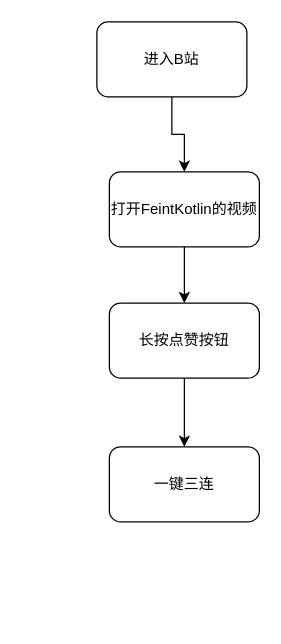
Above: test.drawio in feint123/- (draw.io), before the change. Source tidied: cells renumbered, new cells numbered last; positions are measured from the earlier drawing's top-left corner, leaving out a move shared by most shapes. Both pictures are drawn from the tidied source at 125%, with x=0, y=0 at pixel (96, 21).
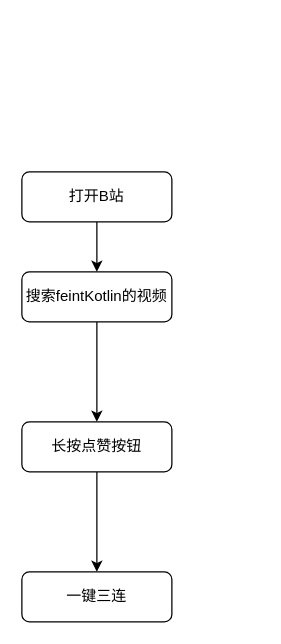
Above is the later version.

The edit, as a diff of the source:
```diff
@@
 <mxGraphModel>
   <root>
     <mxCell id="0" />
     <mxCell id="1" parent="0" />
-    <mxCell id="2" style="edgeStyle=orthogonalEdgeStyle;rounded=0;jettySize=auto;html=1;" parent="1" edge="1" source="3" target="5">
-      <mxGeometry relative="1" as="geometry" />
-    </mxCell>
-    <mxCell id="3" value="进入B站" style="rounded=1;whiteSpace=wrap;html=1;" parent="1" vertex="1">
-      <mxGeometry width="120" height="60" as="geometry" />
-    </mxCell>
-    <mxCell id="4" style="edgeStyle=orthogonalEdgeStyle;rounded=0;jettySize=auto;html=1;entryX=0.5;entryY=0;entryDx=0;entryDy=0;" parent="1" edge="1" source="5" target="7">
-      <mxGeometry relative="1" as="geometry" />
-    </mxCell>
-    <mxCell id="5" value="打开FeintKotlin的视频" style="rounded=1;whiteSpace=wrap;html=1;" parent="1" vertex="1">
-      <mxGeometry x="10" y="120" width="120" height="60" as="geometry" />
-    </mxCell>
+    <mxCell id="9" style="edgeStyle=orthogonalEdgeStyle;rounded=0;jettySize=auto;html=1;" parent="1" edge="1" source="10" target="12">
+      <mxGeometry relative="1" as="geometry" />
+    </mxCell>
+    <mxCell id="10" value="打开B站" style="rounded=1;whiteSpace=wrap;html=1;" parent="1" vertex="1">
+      <mxGeometry x="-60" y="120" width="120" height="40" as="geometry" />
+    </mxCell>
+    <mxCell id="11" style="edgeStyle=orthogonalEdgeStyle;rounded=0;jettySize=auto;html=1;" parent="1" edge="1" source="12" target="7">
+      <mxGeometry relative="1" as="geometry" />
+    </mxCell>
+    <mxCell id="12" value="搜索feintKotlin的视频" style="rounded=1;whiteSpace=wrap;html=1;" parent="1" vertex="1">
+      <mxGeometry x="-60" y="200" width="120" height="40" as="geometry" />
+    </mxCell>
     <mxCell id="6" style="edgeStyle=orthogonalEdgeStyle;rounded=0;jettySize=auto;html=1;" parent="1" edge="1" source="7" target="8">
       <mxGeometry relative="1" as="geometry" />
     </mxCell>
     <mxCell id="7" value="长按点赞按钮" style="rounded=1;whiteSpace=wrap;html=1;" parent="1" vertex="1">
-      <mxGeometry x="10" y="225" width="120" height="60" as="geometry" />
+      <mxGeometry x="-60" y="320" width="120" height="40" as="geometry" />
     </mxCell>
     <mxCell id="8" value="一键三连" style="rounded=1;whiteSpace=wrap;html=1;" parent="1" vertex="1">
-      <mxGeometry x="10" y="340" width="120" height="60" as="geometry" />
+      <mxGeometry x="-60" y="440" width="120" height="40" as="geometry" />
     </mxCell>
   </root>
 </mxGraphModel>
```
